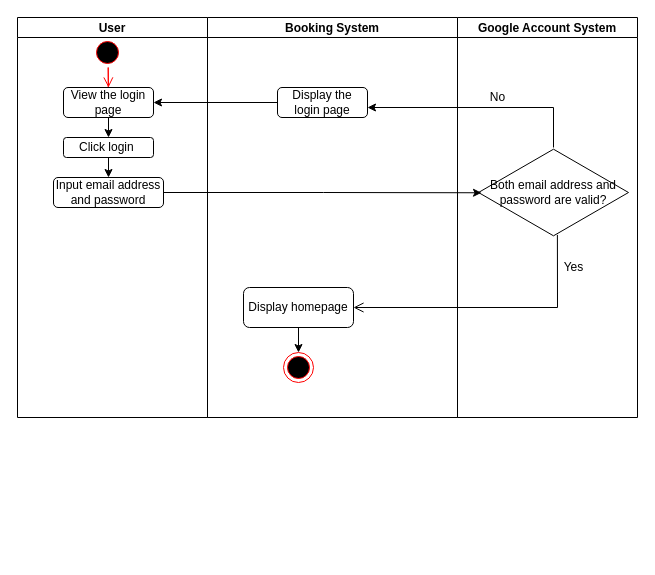
The draw.io diagram page "login" (1 of 4) of 3015connect/src/Untitled Diagram.drawio in amyWenhui/3015project, before the edit. Source tidied: cells renumbered, new cells numbered last; positions are measured from the earlier drawing's top-left corner, leaving out a move shared by most shapes. Both pictures are drawn from the tidied source at 100%, with x=0, y=0 at pixel (17, 17).
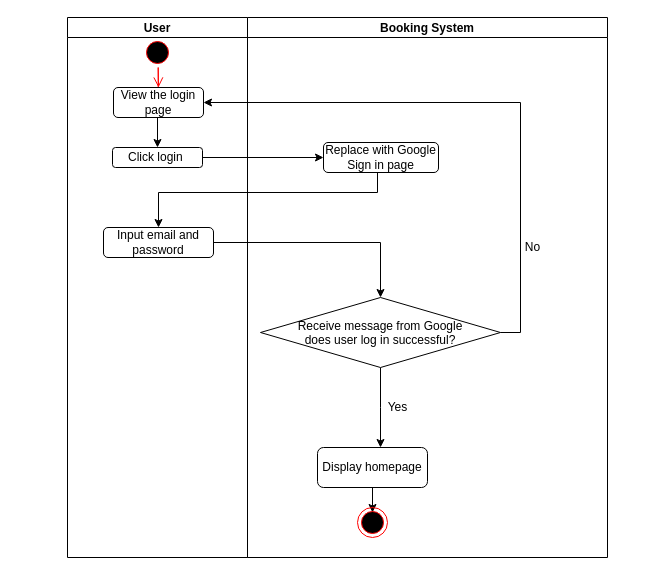
After the change.

The change refers to these unchanged cells:
```xml
<mxCell id="9" value="View the login page" style="rounded=1;whiteSpace=wrap;html=1;" parent="2" vertex="1">
  <mxGeometry x="46" y="70" width="90" height="30" as="geometry" />
</mxCell>
```

Diff of the diagram source:
```diff
@@
     <mxCell id="2" value="User" style="swimlane;startSize=20;" parent="1" vertex="1">
-      <mxGeometry width="190" height="400" as="geometry" />
+      <mxGeometry x="50" width="180" height="540" as="geometry" />
     </mxCell>
@@
-    <mxCell id="5" style="edgeStyle=orthogonalEdgeStyle;rounded=0;jettySize=auto;html=1;exitX=0.5;exitY=1;exitDx=0;exitDy=0;entryX=0.5;entryY=0;entryDx=0;entryDy=0;" parent="2" edge="1" source="6" target="7">
-      <mxGeometry relative="1" as="geometry" />
-    </mxCell>
     <mxCell id="6" value="Click login&amp;nbsp;" style="rounded=1;whiteSpace=wrap;html=1;" parent="2" vertex="1">
-      <mxGeometry x="46" y="120" width="90" height="20" as="geometry" />
+      <mxGeometry x="45" y="130" width="90" height="20" as="geometry" />
     </mxCell>
-    <mxCell id="7" value="Input email address and password" style="rounded=1;whiteSpace=wrap;html=1;" parent="2" vertex="1">
-      <mxGeometry x="36" y="160" width="110" height="30" as="geometry" />
+    <mxCell id="7" value="Input email and password" style="rounded=1;whiteSpace=wrap;html=1;" parent="2" vertex="1">
+      <mxGeometry x="36" y="210" width="110" height="30" as="geometry" />
     </mxCell>
@@
     <mxCell id="10" value="Booking System" style="swimlane;startSize=20;" parent="1" vertex="1">
-      <mxGeometry x="190" width="250" height="400" as="geometry" />
+      <mxGeometry x="230" width="360" height="540" as="geometry" />
     </mxCell>
-    <mxCell id="11" style="edgeStyle=orthogonalEdgeStyle;rounded=0;jettySize=auto;html=1;exitX=0.5;exitY=1;exitDx=0;exitDy=0;entryX=0.5;entryY=0;entryDx=0;entryDy=0;" parent="10" edge="1" source="12" target="13">
-      <mxGeometry relative="1" as="geometry" />
+    <mxCell id="11" style="edgeStyle=orthogonalEdgeStyle;rounded=0;jettySize=auto;html=1;exitX=0.5;exitY=1;exitDx=0;exitDy=0;entryX=0.5;entryY=0;entryDx=0;entryDy=0;" parent="10" edge="1" source="12">
+      <mxGeometry relative="1" as="geometry">
+        <mxPoint x="125" y="495" as="targetPoint" />
+      </mxGeometry>
     </mxCell>
     <mxCell id="12" value="Display homepage" style="rounded=1;whiteSpace=wrap;html=1;" parent="10" vertex="1">
-      <mxGeometry x="36" y="270" width="110" height="40" as="geometry" />
+      <mxGeometry x="70" y="430" width="110" height="40" as="geometry" />
     </mxCell>
     <mxCell id="13" style="ellipse;html=1;shape=endState;fillColor=#000000;strokeColor=#ff0000;" parent="10" vertex="1">
-      <mxGeometry x="76" y="335" width="30" height="30" as="geometry" />
+      <mxGeometry x="110" y="490" width="30" height="30" as="geometry" />
     </mxCell>
-    <mxCell id="14" value="Display the login page" style="rounded=1;whiteSpace=wrap;html=1;" parent="10" vertex="1">
-      <mxGeometry x="70" y="70" width="90" height="30" as="geometry" />
-    </mxCell>
-    <mxCell id="15" style="endArrow=classic;html=1;rounded=0;" parent="10" edge="1" source="17">
-      <mxGeometry relative="1" as="geometry">
-        <mxPoint x="160" y="90" as="targetPoint" />
-        <Array as="points">
-          <mxPoint x="346" y="90" />
-        </Array>
-      </mxGeometry>
-    </mxCell>
-    <mxCell id="16" value="Google Account System" style="swimlane;startSize=20;" parent="1" vertex="1">
-      <mxGeometry x="440" width="180" height="400" as="geometry" />
-    </mxCell>
-    <mxCell id="17" value="Both email address and password are valid?" style="html=1;whiteSpace=wrap;shape=isoRectangle;" parent="16" vertex="1">
-      <mxGeometry x="21" y="130" width="150" height="90" as="geometry" />
-    </mxCell>
+    <mxCell id="23" value="Replace with Google Sign in page" style="rounded=1;whiteSpace=wrap;html=1;" parent="10" vertex="1">
+      <mxGeometry x="76" y="125" width="115" height="30" as="geometry" />
+    </mxCell>
+    <mxCell id="24" style="edgeStyle=orthogonalEdgeStyle;rounded=0;jettySize=auto;html=1;exitX=0.5;exitY=1;exitDx=0;exitDy=0;" parent="10" edge="1" source="25">
+      <mxGeometry relative="1" as="geometry">
+        <mxPoint x="133" y="430" as="targetPoint" />
+      </mxGeometry>
+    </mxCell>
+    <mxCell id="25" value="Receive message from Google &#10;does user log in successful?" style="rhombus;" parent="10" vertex="1">
+      <mxGeometry x="13" y="280" width="240" height="70" as="geometry" />
+    </mxCell>
+    <mxCell id="21" value="No" style="text;html=1;align=center;verticalAlign=middle;strokeColor=none;fillColor=none;" parent="10" vertex="1">
+      <mxGeometry x="270" y="220" width="30" height="20" as="geometry" />
+    </mxCell>
+    <mxCell id="26" style="edgeStyle=orthogonalEdgeStyle;rounded=0;jettySize=auto;html=1;exitX=1;exitY=0.5;exitDx=0;exitDy=0;" parent="1" edge="1" source="6" target="23">
+      <mxGeometry relative="1" as="geometry" />
+    </mxCell>
+    <mxCell id="27" style="edgeStyle=orthogonalEdgeStyle;rounded=0;jettySize=auto;html=1;exitX=0.5;exitY=1;exitDx=0;exitDy=0;" parent="1" edge="1" source="23" target="7">
+      <mxGeometry relative="1" as="geometry">
+        <Array as="points">
+          <mxPoint x="360" y="155" />
+          <mxPoint x="360" y="175" />
+          <mxPoint x="141" y="175" />
+        </Array>
+      </mxGeometry>
+    </mxCell>
-    <mxCell id="18" value="Yes" style="text;html=1;align=center;verticalAlign=middle;strokeColor=none;fillColor=none;" parent="16" vertex="1">
-      <mxGeometry x="96" y="240" width="40" height="20" as="geometry" />
+    <mxCell id="18" value="Yes" style="text;html=1;align=center;verticalAlign=middle;strokeColor=none;fillColor=none;" parent="1" vertex="1">
+      <mxGeometry x="360" y="380" width="40" height="20" as="geometry" />
     </mxCell>
-    <mxCell id="19" style="edgeStyle=orthogonalEdgeStyle;rounded=0;jettySize=auto;html=1;exitX=1;exitY=0.5;exitDx=0;exitDy=0;entryX=0.02;entryY=0.503;entryDx=0;entryDy=0;entryPerimeter=0;" parent="1" edge="1" source="7" target="17">
-      <mxGeometry relative="1" as="geometry">
-        <Array as="points">
-          <mxPoint x="306" y="175" />
-          <mxPoint x="306" y="175" />
-        </Array>
-      </mxGeometry>
-    </mxCell>
-    <mxCell id="20" style="endArrow=open;startArrow=none;endFill=0;startFill=0;endSize=8;html=1;verticalAlign=bottom;labelBackgroundColor=none;strokeWidth=1;rounded=0;exitX=0.526;exitY=0.971;exitDx=0;exitDy=0;exitPerimeter=0;" parent="1" edge="1" source="17" target="12">
-      <mxGeometry relative="1" as="geometry">
-        <Array as="points">
-          <mxPoint x="540" y="290" />
-        </Array>
-      </mxGeometry>
-    </mxCell>
-    <mxCell id="21" value="No" style="text;html=1;align=center;verticalAlign=middle;strokeColor=none;fillColor=none;" parent="1" vertex="1">
-      <mxGeometry x="465" y="70" width="30" height="20" as="geometry" />
-    </mxCell>
-    <mxCell id="22" style="endArrow=classic;html=1;rounded=0;exitX=0;exitY=0.5;exitDx=0;exitDy=0;entryX=1;entryY=0.5;entryDx=0;entryDy=0;" parent="1" edge="1" source="14" target="9">
-      <mxGeometry relative="1" as="geometry" />
-    </mxCell>
+    <mxCell id="28" style="edgeStyle=orthogonalEdgeStyle;rounded=0;jettySize=auto;html=1;exitX=1;exitY=0.5;exitDx=0;exitDy=0;" parent="1" edge="1" source="7" target="25">
+      <mxGeometry relative="1" as="geometry" />
+    </mxCell>
+    <mxCell id="29" style="edgeStyle=orthogonalEdgeStyle;rounded=0;jettySize=auto;html=1;exitX=1;exitY=0.5;exitDx=0;exitDy=0;entryX=1;entryY=0.5;entryDx=0;entryDy=0;" parent="1" edge="1" source="25" target="9">
+      <mxGeometry relative="1" as="geometry" />
+    </mxCell>
```
